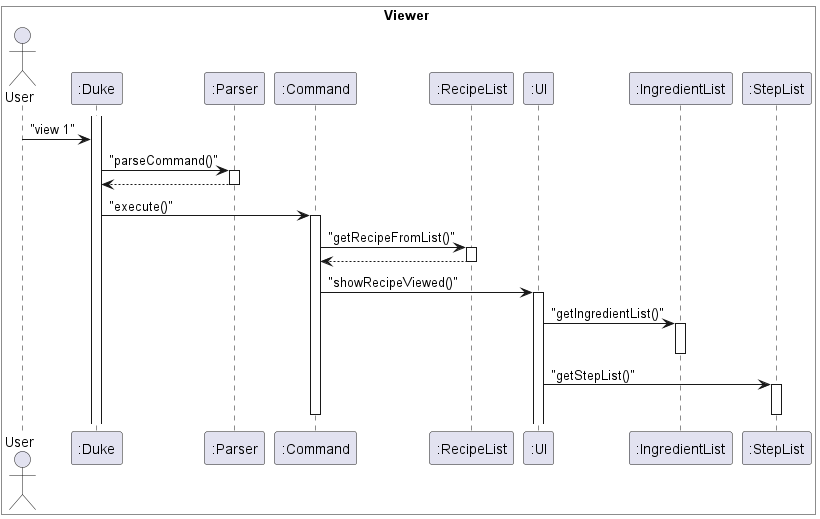
Before: docs/PlantUML/Recipe_View.png, a diagram exported from PlantUML (nus-cs2113-AY2223S2/tp). Source of this version:
```plantuml
@startuml Recipe View
box Viewer #White
Actor User
participant ":Duke" as Duke
participant ":Parser" as Parser
participant ":Command" as Command
participant ":RecipeList" as RecipeList
participant ":UI" as UI
participant ":IngredientList" as IngredientList
participant ":StepList" as StepList

end box
activate Duke
User -> Duke : "view 1"
Duke -> Parser : "parseCommand()"
activate Parser
Parser --> Duke
deactivate Parser
Duke -> Command : "execute()"
activate Command
Command -> RecipeList : "getRecipeFromList()"
activate RecipeList
RecipeList --> Command
deactivate RecipeList
Command -> UI : "showRecipeViewed()"
activate UI
UI -> IngredientList : "getIngredientList()"
activate IngredientList
deactivate IngredientList
UI -> StepList : "getStepList()"
activate StepList
deactivate StepList
deactivate Command


@enduml
```
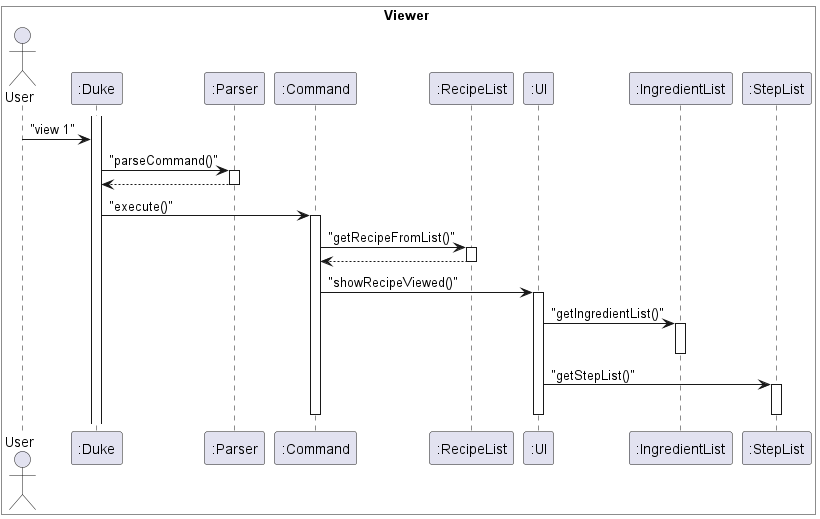
The same diagram one commit later.

The edit, as a diff of the source:
```diff
@@ -30,6 +30,7 @@
 UI -> StepList : "getStepList()"
 activate StepList
 deactivate StepList
+deactivate UI
 deactivate Command
 
 
```
